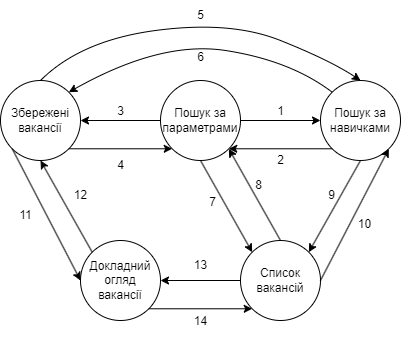
Above: Mockups/Screens.drawio.png in NikitunPVLK/JobSeeker (draw.io), before the change. Source tidied: cells renumbered, new cells last; positions are measured from the earlier drawing's top-left corner, leaving out a move shared by most shapes. Source of this version:
```xml
<mxGraphModel>
  <root>
    <mxCell id="0" />
    <mxCell id="1" parent="0" />
    <mxCell id="2" value="Пошук за навичками" style="ellipse;whiteSpace=wrap;html=1;" parent="1" vertex="1">
      <mxGeometry x="320" y="80" width="80" height="80" as="geometry" />
    </mxCell>
    <mxCell id="3" value="Збережені вакансії" style="ellipse;whiteSpace=wrap;html=1;" parent="1" vertex="1">
      <mxGeometry y="80" width="80" height="80" as="geometry" />
    </mxCell>
    <mxCell id="4" value="Список вакансій" style="ellipse;whiteSpace=wrap;html=1;" parent="1" vertex="1">
      <mxGeometry x="240" y="240" width="80" height="80" as="geometry" />
    </mxCell>
    <mxCell id="5" value="Докладний огляд вакансії" style="ellipse;whiteSpace=wrap;html=1;" parent="1" vertex="1">
      <mxGeometry x="80" y="240" width="80" height="80" as="geometry" />
    </mxCell>
    <mxCell id="6" style="endArrow=classic;html=1;rounded=0;exitX=0;exitY=1;exitDx=0;exitDy=0;entryX=1;entryY=1;entryDx=0;entryDy=0;" parent="1" edge="1" source="2" target="17">
      <mxGeometry relative="1" as="geometry" />
    </mxCell>
    <mxCell id="7" style="endArrow=classic;html=1;rounded=0;entryX=1;entryY=0.5;entryDx=0;entryDy=0;exitX=0;exitY=0.5;exitDx=0;exitDy=0;" parent="1" edge="1" source="17" target="3">
      <mxGeometry relative="1" as="geometry" />
    </mxCell>
    <mxCell id="8" style="endArrow=classic;html=1;rounded=0;exitX=0;exitY=1;exitDx=0;exitDy=0;entryX=0;entryY=0.5;entryDx=0;entryDy=0;" parent="1" edge="1" source="3" target="5">
      <mxGeometry relative="1" as="geometry" />
    </mxCell>
    <mxCell id="9" style="endArrow=classic;html=1;rounded=0;exitX=0;exitY=0;exitDx=0;exitDy=0;entryX=0.5;entryY=1;entryDx=0;entryDy=0;" parent="1" edge="1" source="5" target="3">
      <mxGeometry relative="1" as="geometry" />
    </mxCell>
    <mxCell id="10" style="endArrow=classic;html=1;rounded=0;entryX=1;entryY=0.5;entryDx=0;entryDy=0;exitX=0;exitY=0.5;exitDx=0;exitDy=0;" parent="1" edge="1" source="4" target="5">
      <mxGeometry relative="1" as="geometry" />
    </mxCell>
    <mxCell id="11" style="endArrow=classic;html=1;rounded=0;exitX=1;exitY=1;exitDx=0;exitDy=0;entryX=0;entryY=1;entryDx=0;entryDy=0;" parent="1" edge="1" source="5" target="4">
      <mxGeometry relative="1" as="geometry" />
    </mxCell>
    <mxCell id="12" style="endArrow=classic;html=1;rounded=0;entryX=1;entryY=0;entryDx=0;entryDy=0;exitX=0.5;exitY=1;exitDx=0;exitDy=0;" parent="1" edge="1" source="2" target="4">
      <mxGeometry relative="1" as="geometry" />
    </mxCell>
    <mxCell id="13" style="endArrow=classic;html=1;rounded=0;exitX=1;exitY=0.5;exitDx=0;exitDy=0;entryX=1;entryY=1;entryDx=0;entryDy=0;" parent="1" edge="1" source="4" target="2">
      <mxGeometry relative="1" as="geometry" />
    </mxCell>
    <mxCell id="14" style="endArrow=classic;html=1;rounded=0;exitX=0.5;exitY=1;exitDx=0;exitDy=0;entryX=0;entryY=0;entryDx=0;entryDy=0;" parent="1" edge="1" source="17" target="4">
      <mxGeometry relative="1" as="geometry" />
    </mxCell>
    <mxCell id="15" style="endArrow=classic;html=1;rounded=0;exitX=0.5;exitY=0;exitDx=0;exitDy=0;entryX=1;entryY=1;entryDx=0;entryDy=0;" parent="1" edge="1" source="4" target="17">
      <mxGeometry relative="1" as="geometry" />
    </mxCell>
    <mxCell id="16" style="endArrow=classic;html=1;rounded=0;exitX=1;exitY=0.5;exitDx=0;exitDy=0;entryX=0;entryY=0.5;entryDx=0;entryDy=0;" parent="1" edge="1" source="17" target="2">
      <mxGeometry relative="1" as="geometry" />
    </mxCell>
    <mxCell id="17" value="Пошук за параметрами" style="ellipse;whiteSpace=wrap;html=1;" parent="1" vertex="1">
      <mxGeometry x="160" y="80" width="80" height="80" as="geometry" />
    </mxCell>
    <mxCell id="18" style="endArrow=classic;html=1;rounded=0;exitX=1;exitY=1;exitDx=0;exitDy=0;entryX=0;entryY=1;entryDx=0;entryDy=0;" parent="1" edge="1" source="3" target="17">
      <mxGeometry relative="1" as="geometry" />
    </mxCell>
    <mxCell id="19" style="curved=1;endArrow=classic;html=1;rounded=0;entryX=1;entryY=0;entryDx=0;entryDy=0;exitX=0;exitY=0;exitDx=0;exitDy=0;" parent="1" edge="1" source="2" target="3">
      <mxGeometry relative="1" as="geometry">
        <Array as="points">
          <mxPoint x="290" y="60" />
          <mxPoint x="160" y="40" />
        </Array>
      </mxGeometry>
    </mxCell>
    <mxCell id="20" style="curved=1;endArrow=classic;html=1;rounded=0;entryX=0.5;entryY=0;entryDx=0;entryDy=0;exitX=0.5;exitY=0;exitDx=0;exitDy=0;" parent="1" edge="1" source="3" target="2">
      <mxGeometry relative="1" as="geometry">
        <Array as="points">
          <mxPoint x="80" y="40" />
          <mxPoint x="230" y="20" />
          <mxPoint x="330" y="60" />
        </Array>
      </mxGeometry>
    </mxCell>
    <mxCell id="21" value="1" style="text;html=1;align=center;verticalAlign=middle;strokeColor=none;fillColor=none;" parent="1" vertex="1">
      <mxGeometry x="265" y="96" width="30" height="30" as="geometry" />
    </mxCell>
    <mxCell id="22" value="2" style="text;html=1;align=center;verticalAlign=middle;strokeColor=none;fillColor=none;" parent="1" vertex="1">
      <mxGeometry x="265" y="145" width="30" height="30" as="geometry" />
    </mxCell>
    <mxCell id="23" value="3" style="text;html=1;align=center;verticalAlign=middle;strokeColor=none;fillColor=none;" parent="1" vertex="1">
      <mxGeometry x="105" y="96" width="30" height="30" as="geometry" />
    </mxCell>
    <mxCell id="24" value="4" style="text;html=1;align=center;verticalAlign=middle;strokeColor=none;fillColor=none;" parent="1" vertex="1">
      <mxGeometry x="105" y="150" width="30" height="30" as="geometry" />
    </mxCell>
    <mxCell id="25" value="5" style="text;html=1;align=center;verticalAlign=middle;strokeColor=none;fillColor=none;" parent="1" vertex="1">
      <mxGeometry x="185" width="30" height="30" as="geometry" />
    </mxCell>
    <mxCell id="26" value="6" style="text;html=1;align=center;verticalAlign=middle;strokeColor=none;fillColor=none;" parent="1" vertex="1">
      <mxGeometry x="185" y="42" width="30" height="30" as="geometry" />
    </mxCell>
    <mxCell id="27" value="7" style="text;html=1;align=center;verticalAlign=middle;strokeColor=none;fillColor=none;" parent="1" vertex="1">
      <mxGeometry x="197" y="187" width="30" height="30" as="geometry" />
    </mxCell>
    <mxCell id="28" value="8" style="text;html=1;align=center;verticalAlign=middle;strokeColor=none;fillColor=none;" parent="1" vertex="1">
      <mxGeometry x="243" y="170" width="30" height="30" as="geometry" />
    </mxCell>
    <mxCell id="29" value="9" style="text;html=1;align=center;verticalAlign=middle;strokeColor=none;fillColor=none;" parent="1" vertex="1">
      <mxGeometry x="316" y="180" width="30" height="30" as="geometry" />
    </mxCell>
    <mxCell id="30" value="10" style="text;html=1;align=center;verticalAlign=middle;strokeColor=none;fillColor=none;" parent="1" vertex="1">
      <mxGeometry x="344" y="209" width="40" height="30" as="geometry" />
    </mxCell>
    <mxCell id="31" value="11" style="text;html=1;align=center;verticalAlign=middle;strokeColor=none;fillColor=none;" parent="1" vertex="1">
      <mxGeometry x="5" y="200" width="40" height="30" as="geometry" />
    </mxCell>
    <mxCell id="32" value="12" style="text;html=1;align=center;verticalAlign=middle;strokeColor=none;fillColor=none;" parent="1" vertex="1">
      <mxGeometry x="60" y="180" width="40" height="30" as="geometry" />
    </mxCell>
    <mxCell id="33" value="13" style="text;html=1;align=center;verticalAlign=middle;strokeColor=none;fillColor=none;" parent="1" vertex="1">
      <mxGeometry x="180" y="250" width="40" height="30" as="geometry" />
    </mxCell>
    <mxCell id="34" value="14" style="text;html=1;align=center;verticalAlign=middle;strokeColor=none;fillColor=none;" parent="1" vertex="1">
      <mxGeometry x="180" y="306" width="40" height="30" as="geometry" />
    </mxCell>
  </root>
</mxGraphModel>
```
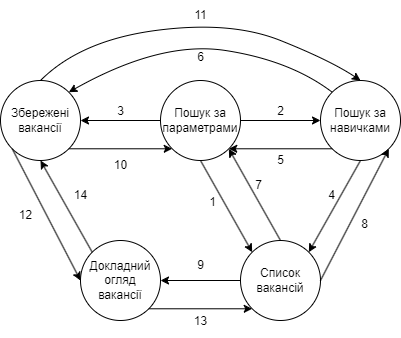
After the commit.

Change to the diagram source:
```diff
@@ -70,46 +70,46 @@
         </Array>
       </mxGeometry>
     </mxCell>
-    <mxCell id="21" value="1" style="text;html=1;align=center;verticalAlign=middle;strokeColor=none;fillColor=none;" parent="1" vertex="1">
+    <mxCell id="21" value="2" style="text;html=1;align=center;verticalAlign=middle;strokeColor=none;fillColor=none;" parent="1" vertex="1">
       <mxGeometry x="265" y="96" width="30" height="30" as="geometry" />
     </mxCell>
-    <mxCell id="22" value="2" style="text;html=1;align=center;verticalAlign=middle;strokeColor=none;fillColor=none;" parent="1" vertex="1">
+    <mxCell id="22" value="5" style="text;html=1;align=center;verticalAlign=middle;strokeColor=none;fillColor=none;" parent="1" vertex="1">
       <mxGeometry x="265" y="145" width="30" height="30" as="geometry" />
     </mxCell>
     <mxCell id="23" value="3" style="text;html=1;align=center;verticalAlign=middle;strokeColor=none;fillColor=none;" parent="1" vertex="1">
       <mxGeometry x="105" y="96" width="30" height="30" as="geometry" />
     </mxCell>
-    <mxCell id="24" value="4" style="text;html=1;align=center;verticalAlign=middle;strokeColor=none;fillColor=none;" parent="1" vertex="1">
-      <mxGeometry x="105" y="150" width="30" height="30" as="geometry" />
+    <mxCell id="24" value="10" style="text;html=1;align=center;verticalAlign=middle;strokeColor=none;fillColor=none;" parent="1" vertex="1">
+      <mxGeometry x="100" y="150" width="40" height="30" as="geometry" />
     </mxCell>
-    <mxCell id="25" value="5" style="text;html=1;align=center;verticalAlign=middle;strokeColor=none;fillColor=none;" parent="1" vertex="1">
-      <mxGeometry x="185" width="30" height="30" as="geometry" />
+    <mxCell id="25" value="11" style="text;html=1;align=center;verticalAlign=middle;strokeColor=none;fillColor=none;" parent="1" vertex="1">
+      <mxGeometry x="180" width="40" height="30" as="geometry" />
     </mxCell>
     <mxCell id="26" value="6" style="text;html=1;align=center;verticalAlign=middle;strokeColor=none;fillColor=none;" parent="1" vertex="1">
       <mxGeometry x="185" y="42" width="30" height="30" as="geometry" />
     </mxCell>
-    <mxCell id="27" value="7" style="text;html=1;align=center;verticalAlign=middle;strokeColor=none;fillColor=none;" parent="1" vertex="1">
+    <mxCell id="27" value="1" style="text;html=1;align=center;verticalAlign=middle;strokeColor=none;fillColor=none;" parent="1" vertex="1">
       <mxGeometry x="197" y="187" width="30" height="30" as="geometry" />
     </mxCell>
-    <mxCell id="28" value="8" style="text;html=1;align=center;verticalAlign=middle;strokeColor=none;fillColor=none;" parent="1" vertex="1">
+    <mxCell id="28" value="7" style="text;html=1;align=center;verticalAlign=middle;strokeColor=none;fillColor=none;" parent="1" vertex="1">
       <mxGeometry x="243" y="170" width="30" height="30" as="geometry" />
     </mxCell>
-    <mxCell id="29" value="9" style="text;html=1;align=center;verticalAlign=middle;strokeColor=none;fillColor=none;" parent="1" vertex="1">
+    <mxCell id="29" value="4" style="text;html=1;align=center;verticalAlign=middle;strokeColor=none;fillColor=none;" parent="1" vertex="1">
       <mxGeometry x="316" y="180" width="30" height="30" as="geometry" />
     </mxCell>
-    <mxCell id="30" value="10" style="text;html=1;align=center;verticalAlign=middle;strokeColor=none;fillColor=none;" parent="1" vertex="1">
-      <mxGeometry x="344" y="209" width="40" height="30" as="geometry" />
+    <mxCell id="30" value="8" style="text;html=1;align=center;verticalAlign=middle;strokeColor=none;fillColor=none;" parent="1" vertex="1">
+      <mxGeometry x="349" y="209" width="30" height="30" as="geometry" />
     </mxCell>
-    <mxCell id="31" value="11" style="text;html=1;align=center;verticalAlign=middle;strokeColor=none;fillColor=none;" parent="1" vertex="1">
+    <mxCell id="31" value="12" style="text;html=1;align=center;verticalAlign=middle;strokeColor=none;fillColor=none;" parent="1" vertex="1">
       <mxGeometry x="5" y="200" width="40" height="30" as="geometry" />
     </mxCell>
-    <mxCell id="32" value="12" style="text;html=1;align=center;verticalAlign=middle;strokeColor=none;fillColor=none;" parent="1" vertex="1">
+    <mxCell id="32" value="14" style="text;html=1;align=center;verticalAlign=middle;strokeColor=none;fillColor=none;" parent="1" vertex="1">
       <mxGeometry x="60" y="180" width="40" height="30" as="geometry" />
     </mxCell>
-    <mxCell id="33" value="13" style="text;html=1;align=center;verticalAlign=middle;strokeColor=none;fillColor=none;" parent="1" vertex="1">
-      <mxGeometry x="180" y="250" width="40" height="30" as="geometry" />
+    <mxCell id="33" value="9" style="text;html=1;align=center;verticalAlign=middle;strokeColor=none;fillColor=none;" parent="1" vertex="1">
+      <mxGeometry x="185" y="250" width="30" height="30" as="geometry" />
     </mxCell>
-    <mxCell id="34" value="14" style="text;html=1;align=center;verticalAlign=middle;strokeColor=none;fillColor=none;" parent="1" vertex="1">
+    <mxCell id="34" value="13" style="text;html=1;align=center;verticalAlign=middle;strokeColor=none;fillColor=none;" parent="1" vertex="1">
       <mxGeometry x="180" y="306" width="40" height="30" as="geometry" />
     </mxCell>
   </root>
```
